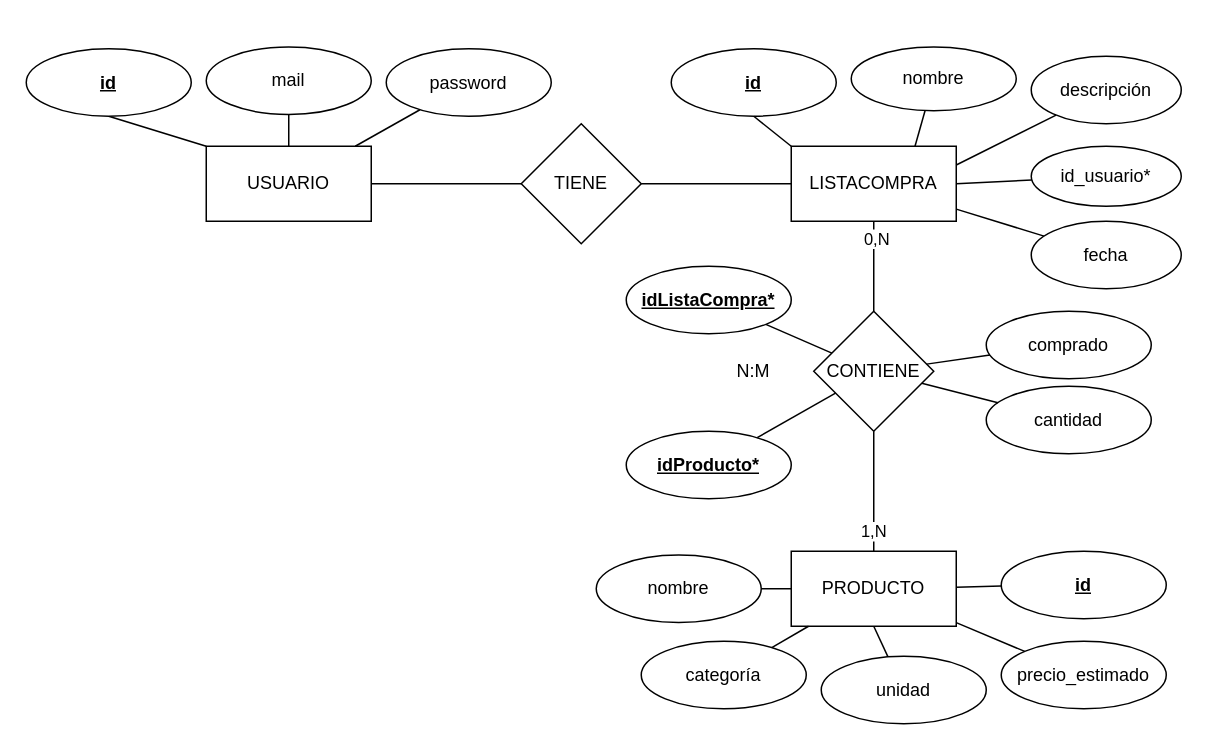
The draw.io diagram docs/diagrama e-r.drawio in danisimmon/Kukit, before the edit. Source tidied: cells renumbered, new cells numbered last; positions are measured from the earlier drawing's top-left corner, leaving out a move shared by most shapes. Both pictures are drawn from the tidied source at 150%, with x=0, y=0 at pixel (26, 46).
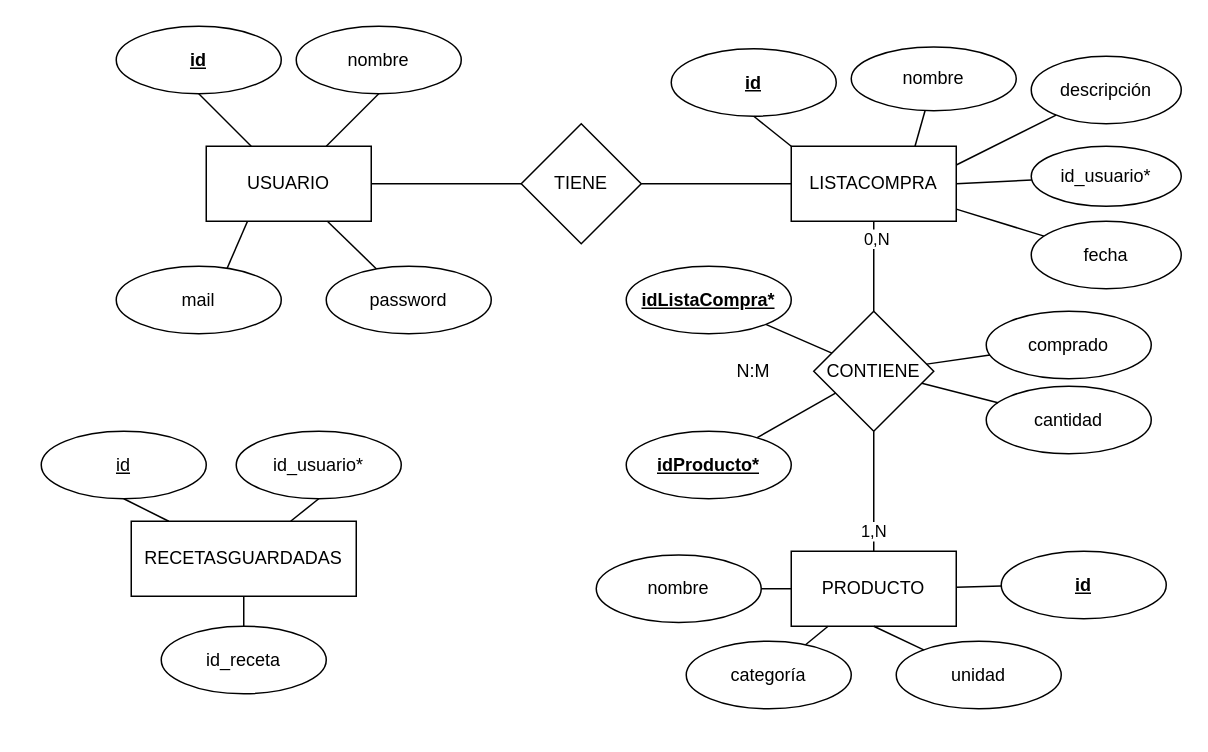
The same page after the edit.

Unchanged cells that the change refers to:
```xml
<mxCell id="3" value="USUARIO" style="rounded=0;whiteSpace=wrap;html=1;" parent="1" vertex="1">
  <mxGeometry x="120" y="66" width="110" height="50" as="geometry" />
</mxCell>
<mxCell id="7" value="PRODUCTO" style="rounded=0;whiteSpace=wrap;html=1;" parent="1" vertex="1">
  <mxGeometry x="510" y="336" width="110" height="50" as="geometry" />
</mxCell>
```

Change to the diagram source:
```diff
@@
-    <mxCell id="8" style="endArrow=none;html=1;exitX=0;exitY=0;exitDx=0;exitDy=0;entryX=0.5;entryY=1;entryDx=0;entryDy=0;" parent="1" edge="1" source="3" target="9">
+    <mxCell id="8" style="endArrow=none;html=1;entryX=0.5;entryY=1;entryDx=0;entryDy=0;" parent="1" edge="1" source="3" target="9">
       <mxGeometry relative="1" as="geometry" />
     </mxCell>
     <mxCell id="9" value="&lt;b&gt;&lt;u&gt;id&lt;/u&gt;&lt;/b&gt;" style="ellipse;whiteSpace=wrap;html=1;" parent="1" vertex="1">
-      <mxGeometry y="1" width="110" height="45" as="geometry" />
+      <mxGeometry x="60" y="-14" width="110" height="45" as="geometry" />
     </mxCell>
@@
-    <mxCell id="13" style="endArrow=none;html=1;entryX=0.5;entryY=1;entryDx=0;entryDy=0;" parent="1" edge="1" target="14">
-      <mxGeometry relative="1" as="geometry">
-        <mxPoint x="175" y="66" as="sourcePoint" />
-      </mxGeometry>
+    <mxCell id="13" style="endArrow=none;html=1;entryX=0.5;entryY=1;entryDx=0;entryDy=0;exitX=0.25;exitY=1;exitDx=0;exitDy=0;" parent="1" edge="1" source="3" target="14">
+      <mxGeometry relative="1" as="geometry" />
     </mxCell>
     <mxCell id="14" value="mail" style="ellipse;whiteSpace=wrap;html=1;" parent="1" vertex="1">
-      <mxGeometry x="120" y="-0.2" width="110" height="45" as="geometry" />
+      <mxGeometry x="60" y="146" width="110" height="45" as="geometry" />
     </mxCell>
@@
     <mxCell id="16" value="password" style="ellipse;whiteSpace=wrap;html=1;" parent="1" vertex="1">
-      <mxGeometry x="240" y="1" width="110" height="45" as="geometry" />
+      <mxGeometry x="200" y="146" width="110" height="45" as="geometry" />
     </mxCell>
@@
-    <mxCell id="29" value="precio_estimado" style="ellipse;whiteSpace=wrap;html=1;" parent="1" vertex="1">
-      <mxGeometry x="650" y="396" width="110" height="45" as="geometry" />
-    </mxCell>
@@
     <mxCell id="32" value="categoría" style="ellipse;whiteSpace=wrap;html=1;" parent="1" vertex="1">
-      <mxGeometry x="410" y="396" width="110" height="45" as="geometry" />
+      <mxGeometry x="440" y="396" width="110" height="45" as="geometry" />
     </mxCell>
@@
     <mxCell id="34" value="unidad" style="ellipse;whiteSpace=wrap;html=1;" parent="1" vertex="1">
-      <mxGeometry x="530" y="406" width="110" height="45" as="geometry" />
+      <mxGeometry x="580" y="396" width="110" height="45" as="geometry" />
     </mxCell>
@@
-    <mxCell id="36" style="endArrow=none;html=1;" parent="1" edge="1" source="29" target="7">
-      <mxGeometry relative="1" as="geometry" />
-    </mxCell>
@@
+    <mxCell id="48" value="nombre" style="ellipse;whiteSpace=wrap;html=1;" parent="1" vertex="1">
+      <mxGeometry x="180" y="-14" width="110" height="45" as="geometry" />
+    </mxCell>
+    <mxCell id="49" style="endArrow=none;html=1;entryX=0.5;entryY=1;entryDx=0;entryDy=0;" parent="1" edge="1" source="3" target="48">
+      <mxGeometry relative="1" as="geometry" />
+    </mxCell>
+    <mxCell id="50" value="RECETASGUARDADAS" style="rounded=0;whiteSpace=wrap;html=1;" parent="1" vertex="1">
+      <mxGeometry x="70" y="316" width="150" height="50" as="geometry" />
+    </mxCell>
+    <mxCell id="51" value="&lt;u&gt;id&lt;/u&gt;" style="ellipse;whiteSpace=wrap;html=1;" parent="1" vertex="1">
+      <mxGeometry x="10" y="256" width="110" height="45" as="geometry" />
+    </mxCell>
+    <mxCell id="52" value="id_usuario*" style="ellipse;whiteSpace=wrap;html=1;" parent="1" vertex="1">
+      <mxGeometry x="140" y="256" width="110" height="45" as="geometry" />
+    </mxCell>
+    <mxCell id="53" value="id_receta" style="ellipse;whiteSpace=wrap;html=1;" parent="1" vertex="1">
+      <mxGeometry x="90" y="386" width="110" height="45" as="geometry" />
+    </mxCell>
+    <mxCell id="54" style="endArrow=none;html=1;entryX=0.5;entryY=1;entryDx=0;entryDy=0;" parent="1" edge="1" source="50" target="51">
+      <mxGeometry relative="1" as="geometry" />
+    </mxCell>
+    <mxCell id="55" style="endArrow=none;html=1;exitX=0.5;exitY=1;exitDx=0;exitDy=0;" parent="1" edge="1" source="52" target="50">
+      <mxGeometry relative="1" as="geometry" />
+    </mxCell>
+    <mxCell id="56" style="endArrow=none;html=1;exitX=0.5;exitY=0;exitDx=0;exitDy=0;" parent="1" edge="1" source="53" target="50">
+      <mxGeometry relative="1" as="geometry" />
+    </mxCell>
```
